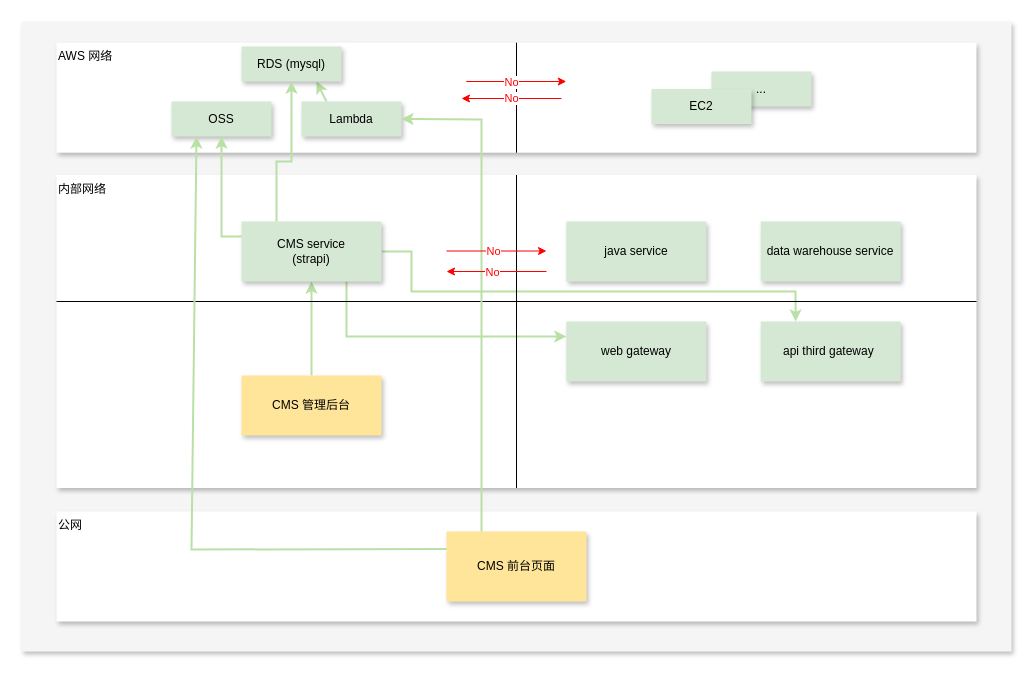
The draw.io diagram page "CMS" (3 of 12) of cex-biz2.drawio in AC-YoY/diagram-storage, before the edit. Source tidied: cells renumbered, new cells numbered last; positions are measured from the earlier drawing's top-left corner, leaving out a move shared by most shapes. Both pictures are drawn from the tidied source at 100%, with x=0, y=0 at pixel (21, 21).
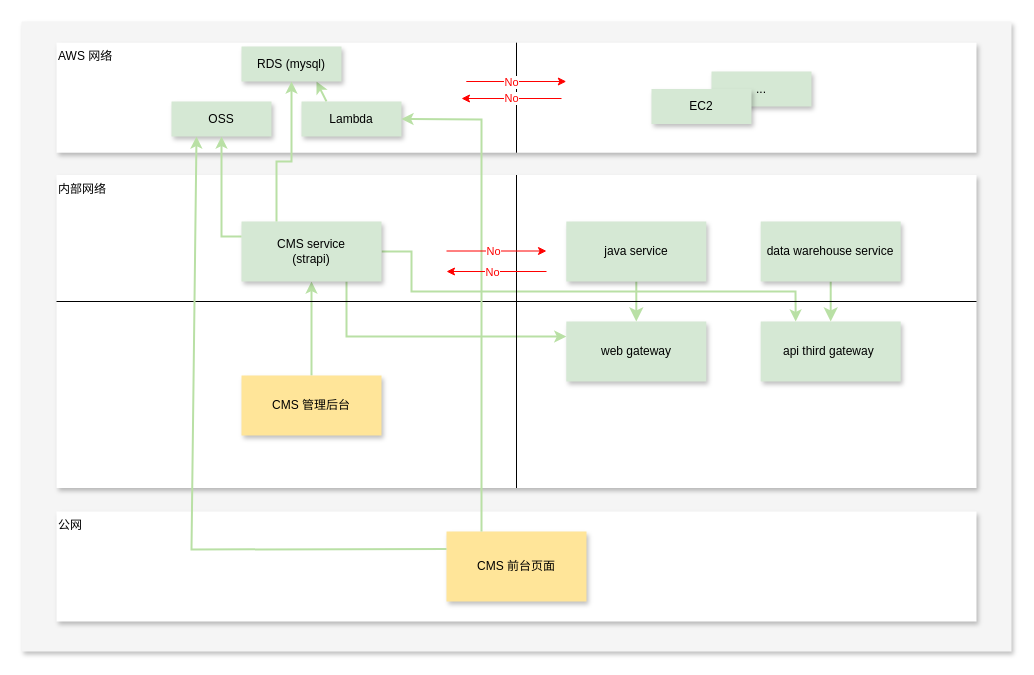
After the change.

Unchanged cells that the change refers to:
```xml
<mxCell id="8" value="web gateway" style="rounded=0;whiteSpace=wrap;html=1;fillColor=#d5e8d4;strokeColor=none;labelBackgroundColor=none;labelBorderColor=none;shadow=1;" parent="1" vertex="1">
  <mxGeometry x="544.8" y="300" width="140" height="60" as="geometry" />
</mxCell>
<mxCell id="9" value="api third gateway&amp;nbsp;" style="rounded=0;whiteSpace=wrap;html=1;fillColor=#d5e8d4;strokeColor=none;labelBackgroundColor=none;labelBorderColor=none;shadow=1;" parent="1" vertex="1">
  <mxGeometry x="739.2" y="300" width="140" height="60" as="geometry" />
</mxCell>
<mxCell id="10" value="java service" style="rounded=0;whiteSpace=wrap;html=1;fillColor=#d5e8d4;strokeColor=none;labelBackgroundColor=none;labelBorderColor=none;shadow=1;" parent="1" vertex="1">
  <mxGeometry x="544.8" y="200" width="140" height="60" as="geometry" />
</mxCell>
<mxCell id="11" value="data warehouse service" style="rounded=0;whiteSpace=wrap;html=1;fillColor=#d5e8d4;strokeColor=none;labelBackgroundColor=none;labelBorderColor=none;shadow=1;" parent="1" vertex="1">
  <mxGeometry x="739.2" y="200" width="140" height="60" as="geometry" />
</mxCell>
```

The edit, as a diff of the source:
```diff
@@
+    <mxCell id="38" style="edgeStyle=none;curved=1;rounded=0;jettySize=auto;html=1;exitX=0.5;exitY=1;exitDx=0;exitDy=0;entryX=0.5;entryY=0;entryDx=0;entryDy=0;fontSize=12;startSize=8;endSize=8;strokeWidth=2;strokeColor=#B9E0A5;" parent="1" edge="1" source="10" target="8">
+      <mxGeometry relative="1" as="geometry" />
+    </mxCell>
@@
+    <mxCell id="39" style="edgeStyle=none;curved=1;rounded=0;jettySize=auto;html=1;exitX=0.5;exitY=1;exitDx=0;exitDy=0;entryX=0.5;entryY=0;entryDx=0;entryDy=0;fontSize=12;startSize=8;endSize=8;strokeColor=#B9E0A5;strokeWidth=2;" parent="1" edge="1" source="11" target="9">
+      <mxGeometry relative="1" as="geometry" />
+    </mxCell>
```
